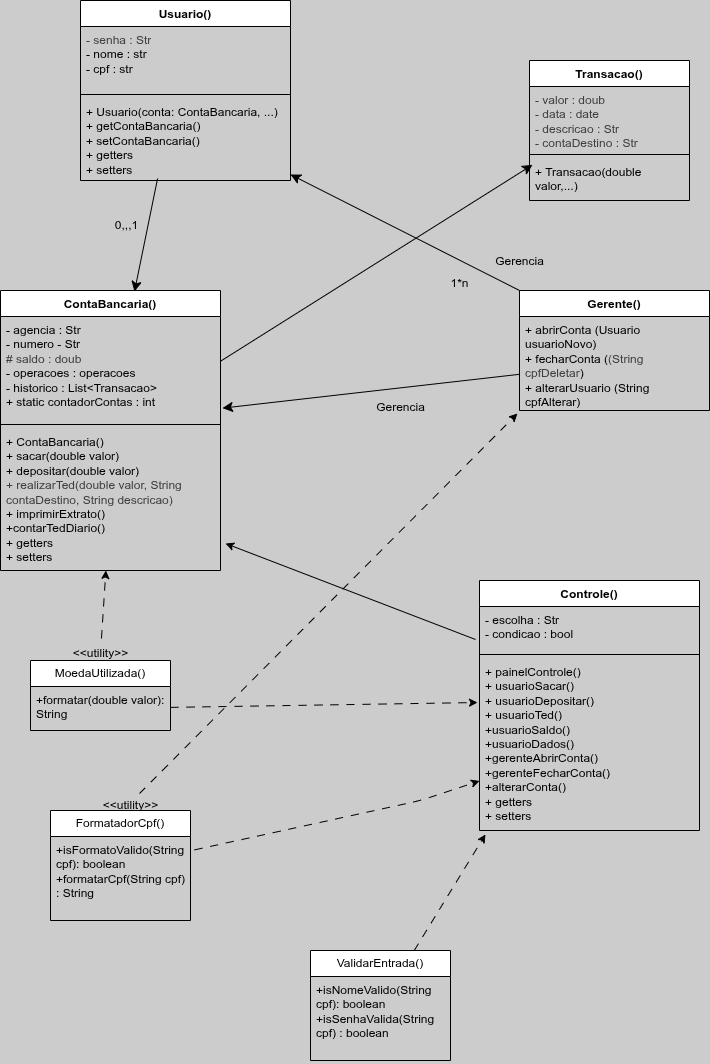
Above: Diagrama de classes.drawio.png in soturnacrosta/sistemaBancario (draw.io), before the change. Source tidied: cells renumbered, new cells last; positions are measured from the earlier drawing's top-left corner, leaving out a move shared by most shapes.
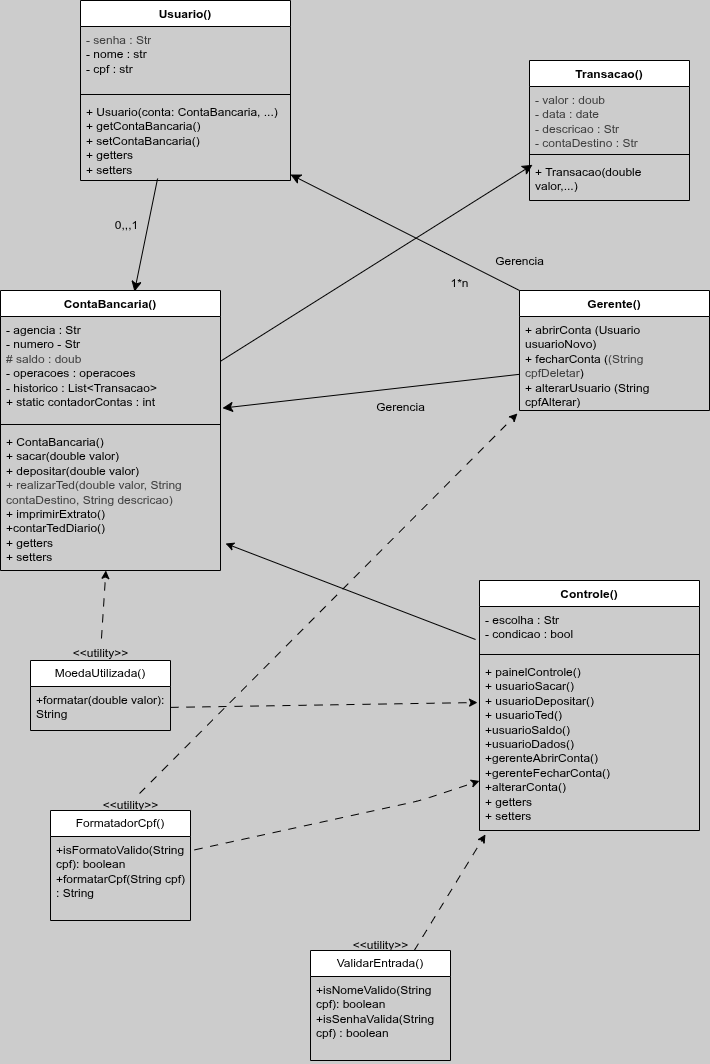
After the commit.

Change to the diagram source:
```diff
@@ -132,5 +132,8 @@
     <mxCell id="41" style="edgeStyle=none;html=1;entryX=0.027;entryY=1.023;entryDx=0;entryDy=0;entryPerimeter=0;dashed=1;dashPattern=8 8;" parent="1" edge="1" source="39" target="20">
       <mxGeometry relative="1" as="geometry" />
     </mxCell>
+    <mxCell id="42" value="&amp;lt;&amp;lt;utility&amp;gt;&amp;gt;" style="text;html=1;align=center;verticalAlign=middle;strokeColor=none;fillColor=none;" parent="1" vertex="1">
+      <mxGeometry x="340" y="930" width="80" height="30" as="geometry" />
+    </mxCell>
   </root>
 </mxGraphModel>
```
